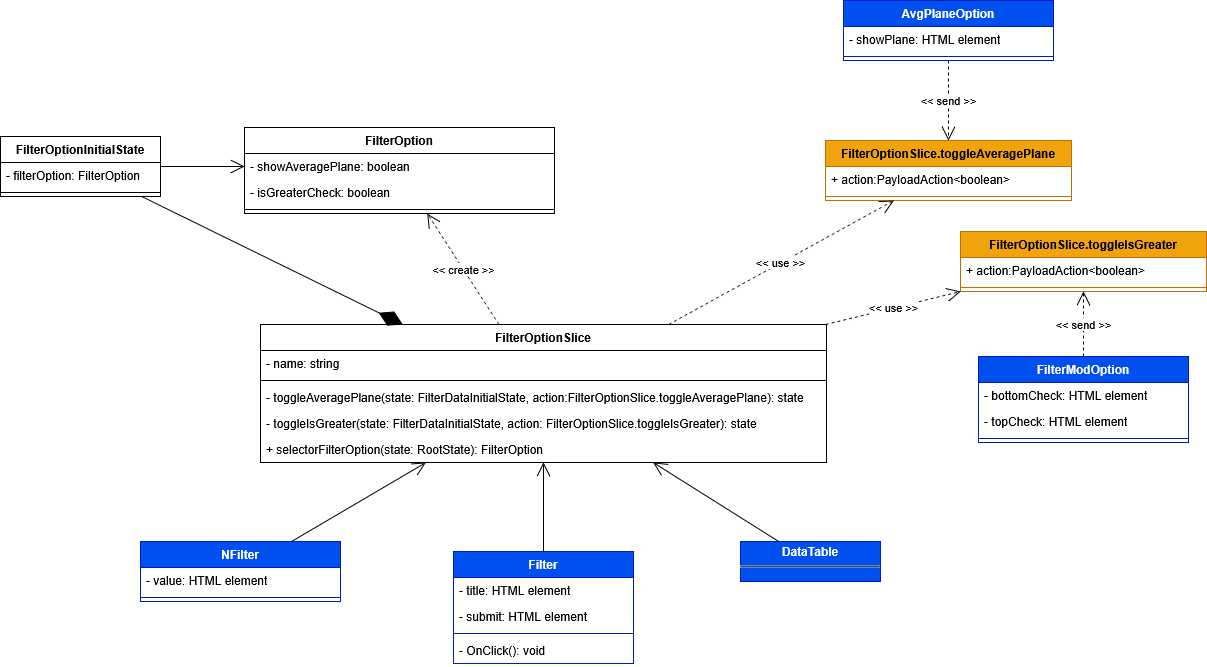
This is Docs/PB/Generali Esterni/specifica_tecnica/template/images/uml_front/logic/filteroptionslice.png from 6BitBusters/6BitBusters.github.io, a draw.io export, as it was before one commit. Source tidied: cells renumbered, new cells last; positions are measured from the earlier drawing's top-left corner, leaving out a move shared by most shapes.
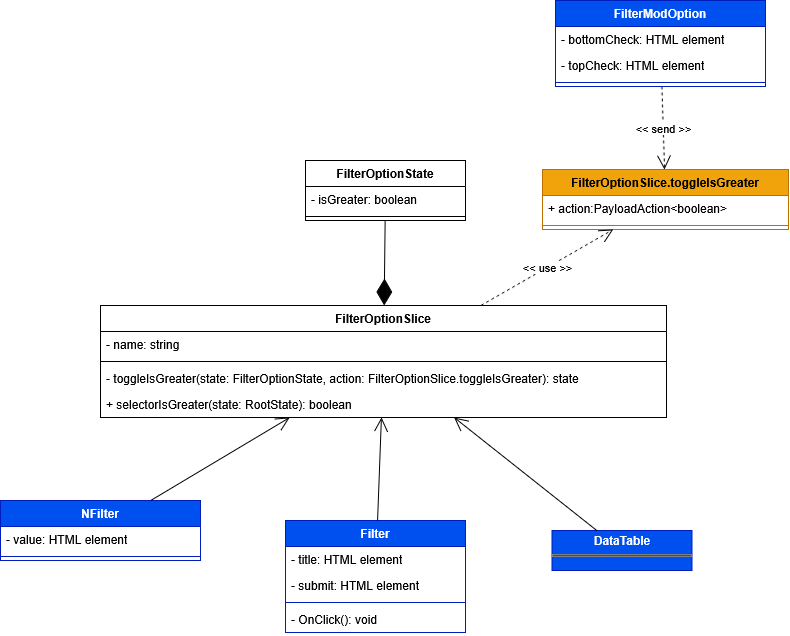
The same diagram one commit later.

The edit, as a diff of the source:
```diff
@@ -2,140 +2,95 @@
   <root>
     <mxCell id="0" />
     <mxCell id="1" parent="0" />
-    <mxCell id="2" value="FilterOption" style="swimlane;fontStyle=1;align=center;verticalAlign=top;horizontal=1;startSize=26;whiteSpace=wrap;html=1;" parent="1" vertex="1">
-      <mxGeometry x="244" y="127" width="310" height="86" as="geometry" />
+    <mxCell id="2" value="&lt;p style=&quot;margin:0px;margin-top:4px;text-align:center;&quot;&gt;&lt;b&gt;DataTable&lt;/b&gt;&lt;/p&gt;&lt;hr size=&quot;1&quot; style=&quot;border-style:solid;&quot;&gt;&lt;div style=&quot;height:2px;&quot;&gt;&lt;/div&gt;" style="verticalAlign=top;align=left;overflow=fill;html=1;whiteSpace=wrap;fillColor=#0050ef;fontColor=#ffffff;strokeColor=#001DBC;" parent="1" vertex="1">
+      <mxGeometry x="244" y="127" width="140" height="40" as="geometry" />
     </mxCell>
-    <mxCell id="3" value="- showAveragePlane: boolean" style="text;strokeColor=none;fillColor=none;align=left;verticalAlign=top;spacingLeft=4;spacingRight=4;overflow=hidden;points=[[0,0.5],[1,0.5]];portConstraint=eastwest;whiteSpace=wrap;html=1;" parent="2" vertex="1">
-      <mxGeometry y="26" width="310" height="26" as="geometry" />
+    <mxCell id="3" style="endArrow=open;endFill=1;endSize=12;html=1;rounded=0;" parent="1" edge="1" source="2" target="14">
+      <mxGeometry relative="1" as="geometry" />
     </mxCell>
-    <mxCell id="4" value="- isGreaterCheck: boolean" style="text;strokeColor=none;fillColor=none;align=left;verticalAlign=top;spacingLeft=4;spacingRight=4;overflow=hidden;points=[[0,0.5],[1,0.5]];portConstraint=eastwest;whiteSpace=wrap;html=1;" parent="2" vertex="1">
-      <mxGeometry y="52" width="310" height="26" as="geometry" />
+    <mxCell id="4" value="Filter" style="swimlane;fontStyle=1;align=center;verticalAlign=top;horizontal=1;startSize=26;whiteSpace=wrap;html=1;fillColor=#0050ef;fontColor=#ffffff;strokeColor=#001DBC;" parent="1" vertex="1">
+      <mxGeometry x="-22.5" y="117" width="180" height="112" as="geometry" />
     </mxCell>
-    <mxCell id="5" style="line;strokeWidth=1;fillColor=none;align=left;verticalAlign=middle;spacingTop=-1;spacingLeft=3;spacingRight=3;labelPosition=right;strokeColor=inherit;" parent="2" vertex="1">
-      <mxGeometry y="78" width="310" height="8" as="geometry" />
+    <mxCell id="5" value="- title: HTML element" style="text;strokeColor=none;fillColor=none;align=left;verticalAlign=top;spacingLeft=4;spacingRight=4;overflow=hidden;whiteSpace=wrap;html=1;" parent="4" vertex="1">
+      <mxGeometry y="26" width="180" height="26" as="geometry" />
     </mxCell>
-    <mxCell id="6" value="FilterOptionSlice" style="swimlane;fontStyle=1;align=center;verticalAlign=top;horizontal=1;startSize=26;whiteSpace=wrap;html=1;" parent="1" vertex="1">
-      <mxGeometry x="260" y="324" width="566" height="138" as="geometry" />
+    <mxCell id="6" value="- submit: HTML element" style="text;strokeColor=none;fillColor=none;align=left;verticalAlign=top;spacingLeft=4;spacingRight=4;overflow=hidden;points=[[0,0.5],[1,0.5]];portConstraint=eastwest;whiteSpace=wrap;html=1;" parent="4" vertex="1">
+      <mxGeometry y="52" width="180" height="26" as="geometry" />
     </mxCell>
-    <mxCell id="7" value="- name: string" style="text;strokeColor=none;fillColor=none;align=left;verticalAlign=top;spacingLeft=4;spacingRight=4;overflow=hidden;whiteSpace=wrap;html=1;" parent="6" vertex="1">
-      <mxGeometry y="26" width="566" height="26" as="geometry" />
+    <mxCell id="7" style="line;strokeWidth=1;fillColor=none;align=left;verticalAlign=middle;spacingTop=-1;spacingLeft=3;spacingRight=3;labelPosition=right;strokeColor=inherit;" parent="4" vertex="1">
+      <mxGeometry y="78" width="180" height="8" as="geometry" />
     </mxCell>
-    <mxCell id="8" style="line;strokeWidth=1;fillColor=none;align=left;verticalAlign=middle;spacingTop=-1;spacingLeft=3;spacingRight=3;labelPosition=right;strokeColor=inherit;" parent="6" vertex="1">
-      <mxGeometry y="52" width="566" height="8" as="geometry" />
+    <mxCell id="8" value="- OnClick(): void" style="text;strokeColor=none;fillColor=none;align=left;verticalAlign=top;spacingLeft=4;spacingRight=4;overflow=hidden;whiteSpace=wrap;html=1;" parent="4" vertex="1">
+      <mxGeometry y="86" width="180" height="26" as="geometry" />
     </mxCell>
-    <mxCell id="9" value="- toggleAveragePlane(state:&amp;nbsp;FilterDataInitialState, action:FilterOptionSlice.toggleAveragePlane): state" style="text;strokeColor=none;fillColor=none;align=left;verticalAlign=top;spacingLeft=4;spacingRight=4;overflow=hidden;points=[[0,0.5],[1,0.5]];portConstraint=eastwest;whiteSpace=wrap;html=1;" parent="6" vertex="1">
-      <mxGeometry y="60" width="566" height="26" as="geometry" />
+    <mxCell id="9" value="NFilter" style="swimlane;fontStyle=1;align=center;verticalAlign=top;horizontal=1;startSize=26;whiteSpace=wrap;html=1;fillColor=#0050ef;fontColor=#ffffff;strokeColor=#001DBC;" parent="1" vertex="1">
+      <mxGeometry x="-307.5" y="97" width="200" height="60" as="geometry" />
     </mxCell>
-    <mxCell id="10" value="- toggleIsGreater(state:&amp;nbsp;FilterDataInitialState, action: FilterOptionSlice.toggleIsGreater): state" style="text;strokeColor=none;fillColor=none;align=left;verticalAlign=top;spacingLeft=4;spacingRight=4;overflow=hidden;whiteSpace=wrap;html=1;" parent="6" vertex="1">
-      <mxGeometry y="86" width="566" height="26" as="geometry" />
+    <mxCell id="10" value="- value: HTML element" style="text;strokeColor=none;fillColor=none;align=left;verticalAlign=top;spacingLeft=4;spacingRight=4;overflow=hidden;whiteSpace=wrap;html=1;" parent="9" vertex="1">
+      <mxGeometry y="26" width="200" height="26" as="geometry" />
     </mxCell>
-    <mxCell id="11" value="+ selectorFilterOption(state: RootState): FilterOption" style="text;strokeColor=none;fillColor=none;align=left;verticalAlign=top;spacingLeft=4;spacingRight=4;overflow=hidden;whiteSpace=wrap;html=1;" parent="6" vertex="1">
-      <mxGeometry y="112" width="566" height="26" as="geometry" />
+    <mxCell id="11" style="line;strokeWidth=1;fillColor=none;align=left;verticalAlign=middle;spacingTop=-1;spacingLeft=3;spacingRight=3;labelPosition=right;strokeColor=inherit;" parent="9" vertex="1">
+      <mxGeometry y="52" width="200" height="8" as="geometry" />
     </mxCell>
-    <mxCell id="12" value="FilterOptionInitialState" style="swimlane;fontStyle=1;align=center;verticalAlign=top;horizontal=1;startSize=26;whiteSpace=wrap;html=1;" parent="1" vertex="1">
-      <mxGeometry y="136" width="160" height="60" as="geometry" />
+    <mxCell id="12" style="endArrow=open;endFill=1;endSize=12;html=1;rounded=0;" parent="1" edge="1" source="4" target="14">
+      <mxGeometry relative="1" as="geometry" />
     </mxCell>
-    <mxCell id="13" value="&lt;div&gt;- filterOption: FilterOption&lt;/div&gt;" style="text;strokeColor=none;fillColor=none;align=left;verticalAlign=top;spacingLeft=4;spacingRight=4;overflow=hidden;whiteSpace=wrap;html=1;" parent="12" vertex="1">
-      <mxGeometry y="26" width="160" height="26" as="geometry" />
+    <mxCell id="13" style="endArrow=open;endFill=1;endSize=12;html=1;rounded=0;" parent="1" edge="1" source="9" target="14">
+      <mxGeometry relative="1" as="geometry" />
     </mxCell>
-    <mxCell id="14" style="line;strokeWidth=1;fillColor=none;align=left;verticalAlign=middle;spacingTop=-1;spacingLeft=3;spacingRight=3;labelPosition=right;points=[];portConstraint=eastwest;strokeColor=inherit;" parent="12" vertex="1">
-      <mxGeometry y="52" width="160" height="8" as="geometry" />
+    <mxCell id="14" value="FilterOptionSlice" style="swimlane;fontStyle=1;align=center;verticalAlign=top;horizontal=1;startSize=26;whiteSpace=wrap;html=1;" parent="1" vertex="1">
+      <mxGeometry x="-207.5" y="-98" width="566" height="112" as="geometry" />
     </mxCell>
-    <mxCell id="15" style="endArrow=open;endFill=1;endSize=12;html=1;rounded=0;" parent="1" edge="1" source="12" target="3">
-      <mxGeometry relative="1" as="geometry" />
+    <mxCell id="15" value="- name: string" style="text;strokeColor=none;fillColor=none;align=left;verticalAlign=top;spacingLeft=4;spacingRight=4;overflow=hidden;whiteSpace=wrap;html=1;" parent="14" vertex="1">
+      <mxGeometry y="26" width="566" height="26" as="geometry" />
     </mxCell>
-    <mxCell id="16" style="endArrow=diamondThin;endFill=1;endSize=24;html=1;rounded=0;" parent="1" edge="1" source="12" target="6">
-      <mxGeometry relative="1" as="geometry" />
+    <mxCell id="16" style="line;strokeWidth=1;fillColor=none;align=left;verticalAlign=middle;spacingTop=-1;spacingLeft=3;spacingRight=3;labelPosition=right;strokeColor=inherit;" parent="14" vertex="1">
+      <mxGeometry y="52" width="566" height="8" as="geometry" />
     </mxCell>
-    <mxCell id="17" value="&amp;lt;&amp;lt; create &amp;gt;&amp;gt;" style="endArrow=open;endSize=12;dashed=1;html=1;rounded=0;" parent="1" edge="1" source="6" target="2">
-      <mxGeometry relative="1" as="geometry" />
+    <mxCell id="17" value="- toggleIsGreater(state:&amp;nbsp;FilterOptionState, action: FilterOptionSlice.toggleIsGreater): state" style="text;strokeColor=none;fillColor=none;align=left;verticalAlign=top;spacingLeft=4;spacingRight=4;overflow=hidden;whiteSpace=wrap;html=1;" parent="14" vertex="1">
+      <mxGeometry y="60" width="566" height="26" as="geometry" />
     </mxCell>
-    <mxCell id="18" value="FilterOptionSlice.toggleAveragePlane" style="swimlane;fontStyle=1;align=center;verticalAlign=top;horizontal=1;startSize=26;whiteSpace=wrap;html=1;fillColor=#f0a30a;fontColor=#000000;strokeColor=#BD7000;" parent="1" vertex="1">
-      <mxGeometry x="825" y="140" width="246" height="60" as="geometry" />
+    <mxCell id="18" value="+ selectorIsGreater(state: RootState): boolean" style="text;strokeColor=none;fillColor=none;align=left;verticalAlign=top;spacingLeft=4;spacingRight=4;overflow=hidden;points=[[0,0.5],[1,0.5]];portConstraint=eastwest;whiteSpace=wrap;html=1;" parent="14" vertex="1">
+      <mxGeometry y="86" width="566" height="26" as="geometry" />
     </mxCell>
-    <mxCell id="19" value="+ action:PayloadAction&amp;lt;boolean&amp;gt;" style="text;strokeColor=none;fillColor=none;align=left;verticalAlign=top;spacingLeft=4;spacingRight=4;overflow=hidden;points=[[0,0.5],[1,0.5]];portConstraint=eastwest;whiteSpace=wrap;html=1;" parent="18" vertex="1">
-      <mxGeometry y="26" width="246" height="26" as="geometry" />
+    <mxCell id="19" value="FilterOptionState" style="swimlane;fontStyle=1;align=center;verticalAlign=top;horizontal=1;startSize=26;whiteSpace=wrap;html=1;" parent="1" vertex="1">
+      <mxGeometry x="-2.5" y="-243" width="160" height="60" as="geometry" />
     </mxCell>
-    <mxCell id="20" style="line;strokeWidth=1;fillColor=none;align=left;verticalAlign=middle;spacingTop=-1;spacingLeft=3;spacingRight=3;labelPosition=right;strokeColor=inherit;" parent="18" vertex="1">
-      <mxGeometry y="52" width="246" height="8" as="geometry" />
+    <mxCell id="20" value="&lt;div&gt;- isGreater: boolean&lt;/div&gt;" style="text;strokeColor=none;fillColor=none;align=left;verticalAlign=top;spacingLeft=4;spacingRight=4;overflow=hidden;whiteSpace=wrap;html=1;" parent="19" vertex="1">
+      <mxGeometry y="26" width="160" height="26" as="geometry" />
     </mxCell>
-    <mxCell id="21" value="FilterOptionSlice.toggleIsGreater" style="swimlane;fontStyle=1;align=center;verticalAlign=top;horizontal=1;startSize=26;whiteSpace=wrap;html=1;fillColor=#f0a30a;fontColor=#000000;strokeColor=#BD7000;" parent="1" vertex="1">
-      <mxGeometry x="960" y="231" width="246" height="60" as="geometry" />
+    <mxCell id="21" style="line;strokeWidth=1;fillColor=none;align=left;verticalAlign=middle;spacingTop=-1;spacingLeft=3;spacingRight=3;labelPosition=right;points=[];portConstraint=eastwest;strokeColor=inherit;" parent="19" vertex="1">
+      <mxGeometry y="52" width="160" height="8" as="geometry" />
     </mxCell>
-    <mxCell id="22" value="+ action:PayloadAction&amp;lt;boolean&amp;gt;" style="text;strokeColor=none;fillColor=none;align=left;verticalAlign=top;spacingLeft=4;spacingRight=4;overflow=hidden;whiteSpace=wrap;html=1;" parent="21" vertex="1">
-      <mxGeometry y="26" width="246" height="26" as="geometry" />
+    <mxCell id="22" style="endArrow=diamondThin;endFill=1;endSize=24;html=1;rounded=0;" parent="1" edge="1" source="19" target="14">
+      <mxGeometry relative="1" as="geometry" />
     </mxCell>
-    <mxCell id="23" style="line;strokeWidth=1;fillColor=none;align=left;verticalAlign=middle;spacingTop=-1;spacingLeft=3;spacingRight=3;labelPosition=right;points=[];portConstraint=eastwest;strokeColor=inherit;" parent="21" vertex="1">
-      <mxGeometry y="52" width="246" height="8" as="geometry" />
+    <mxCell id="23" value="FilterOptionSlice.toggleIsGreater" style="swimlane;fontStyle=1;align=center;verticalAlign=top;horizontal=1;startSize=26;whiteSpace=wrap;html=1;fillColor=#f0a30a;fontColor=#000000;strokeColor=#BD7000;" parent="1" vertex="1">
+      <mxGeometry x="234.5" y="-234" width="246" height="60" as="geometry" />
     </mxCell>
-    <mxCell id="24" value="&amp;lt;&amp;lt; use &amp;gt;&amp;gt;" style="endArrow=open;endSize=12;dashed=1;html=1;rounded=0;" parent="1" edge="1" source="6" target="18">
-      <mxGeometry relative="1" as="geometry" />
+    <mxCell id="24" value="+ action:PayloadAction&amp;lt;boolean&amp;gt;" style="text;strokeColor=none;fillColor=none;align=left;verticalAlign=top;spacingLeft=4;spacingRight=4;overflow=hidden;whiteSpace=wrap;html=1;" parent="23" vertex="1">
+      <mxGeometry y="26" width="246" height="26" as="geometry" />
     </mxCell>
-    <mxCell id="25" value="&amp;lt;&amp;lt; use &amp;gt;&amp;gt;" style="endArrow=open;endSize=12;dashed=1;html=1;rounded=0;" parent="1" edge="1" source="6" target="21">
-      <mxGeometry relative="1" as="geometry" />
+    <mxCell id="25" style="line;strokeWidth=1;fillColor=none;align=left;verticalAlign=middle;spacingTop=-1;spacingLeft=3;spacingRight=3;labelPosition=right;strokeColor=inherit;" parent="23" vertex="1">
+      <mxGeometry y="52" width="246" height="8" as="geometry" />
     </mxCell>
-    <mxCell id="26" value="&amp;lt;&amp;lt; send &amp;gt;&amp;gt;" style="endArrow=open;endSize=12;dashed=1;html=1;rounded=0;" parent="1" edge="1" source="27" target="21">
+    <mxCell id="26" value="&amp;lt;&amp;lt; use &amp;gt;&amp;gt;" style="endArrow=open;endSize=12;dashed=1;html=1;rounded=0;" parent="1" edge="1" source="14" target="23">
       <mxGeometry relative="1" as="geometry" />
     </mxCell>
-    <mxCell id="27" value="FilterModOption" style="swimlane;fontStyle=1;align=center;verticalAlign=top;horizontal=1;startSize=26;whiteSpace=wrap;html=1;fillColor=#0050ef;fontColor=#ffffff;strokeColor=#001DBC;" parent="1" vertex="1">
-      <mxGeometry x="978" y="356" width="210" height="86" as="geometry" />
+    <mxCell id="27" value="&amp;lt;&amp;lt; send &amp;gt;&amp;gt;" style="endArrow=open;endSize=12;dashed=1;html=1;rounded=0;" parent="1" edge="1" source="28" target="23">
+      <mxGeometry relative="1" as="geometry" />
     </mxCell>
-    <mxCell id="28" value="- bottomCheck: HTML element" style="text;strokeColor=none;fillColor=none;align=left;verticalAlign=top;spacingLeft=4;spacingRight=4;overflow=hidden;points=[[0,0.5],[1,0.5]];portConstraint=eastwest;whiteSpace=wrap;html=1;" parent="27" vertex="1">
-      <mxGeometry y="26" width="210" height="26" as="geometry" />
+    <mxCell id="28" value="FilterModOption" style="swimlane;fontStyle=1;align=center;verticalAlign=top;horizontal=1;startSize=26;whiteSpace=wrap;html=1;fillColor=#0050ef;fontColor=#ffffff;strokeColor=#001DBC;" parent="1" vertex="1">
+      <mxGeometry x="247.5" y="-403" width="210" height="86" as="geometry" />
     </mxCell>
-    <mxCell id="29" value="- topCheck: HTML element" style="text;strokeColor=none;fillColor=none;align=left;verticalAlign=top;spacingLeft=4;spacingRight=4;overflow=hidden;whiteSpace=wrap;html=1;" parent="27" vertex="1">
-      <mxGeometry y="52" width="210" height="26" as="geometry" />
+    <mxCell id="29" value="- bottomCheck: HTML element" style="text;strokeColor=none;fillColor=none;align=left;verticalAlign=top;spacingLeft=4;spacingRight=4;overflow=hidden;whiteSpace=wrap;html=1;" parent="28" vertex="1">
+      <mxGeometry y="26" width="210" height="26" as="geometry" />
     </mxCell>
-    <mxCell id="30" style="line;strokeWidth=1;fillColor=none;align=left;verticalAlign=middle;spacingTop=-1;spacingLeft=3;spacingRight=3;labelPosition=right;strokeColor=inherit;" parent="27" vertex="1">
-      <mxGeometry y="78" width="210" height="8" as="geometry" />
+    <mxCell id="30" value="- topCheck: HTML element" style="text;strokeColor=none;fillColor=none;align=left;verticalAlign=top;spacingLeft=4;spacingRight=4;overflow=hidden;whiteSpace=wrap;html=1;" parent="28" vertex="1">
+      <mxGeometry y="52" width="210" height="26" as="geometry" />
     </mxCell>
-    <mxCell id="31" value="AvgPlaneOption" style="swimlane;fontStyle=1;align=center;verticalAlign=top;horizontal=1;startSize=26;whiteSpace=wrap;html=1;fillColor=#0050ef;fontColor=#ffffff;strokeColor=#001DBC;" parent="1" vertex="1">
-      <mxGeometry x="843" width="210" height="60" as="geometry" />
+    <mxCell id="31" style="line;strokeWidth=1;fillColor=none;align=left;verticalAlign=middle;spacingTop=-1;spacingLeft=3;spacingRight=3;labelPosition=right;points=[];portConstraint=eastwest;strokeColor=inherit;" parent="28" vertex="1">
+      <mxGeometry y="78" width="210" height="8" as="geometry" />
     </mxCell>
-    <mxCell id="32" value="- showPlane: HTML element" style="text;strokeColor=none;fillColor=none;align=left;verticalAlign=top;spacingLeft=4;spacingRight=4;overflow=hidden;whiteSpace=wrap;html=1;" parent="31" vertex="1">
-      <mxGeometry y="26" width="210" height="26" as="geometry" />
-    </mxCell>
-    <mxCell id="33" style="line;strokeWidth=1;fillColor=none;align=left;verticalAlign=middle;spacingTop=-1;spacingLeft=3;spacingRight=3;labelPosition=right;strokeColor=inherit;" parent="31" vertex="1">
-      <mxGeometry y="52" width="210" height="8" as="geometry" />
-    </mxCell>
-    <mxCell id="34" value="&amp;lt;&amp;lt; send &amp;gt;&amp;gt;" style="endArrow=open;endSize=12;dashed=1;html=1;rounded=0;" parent="1" edge="1" source="31" target="18">
-      <mxGeometry relative="1" as="geometry" />
-    </mxCell>
-    <mxCell id="35" value="&lt;p style=&quot;margin:0px;margin-top:4px;text-align:center;&quot;&gt;&lt;b&gt;DataTable&lt;/b&gt;&lt;/p&gt;&lt;hr size=&quot;1&quot; style=&quot;border-style:solid;&quot;&gt;&lt;div style=&quot;height:2px;&quot;&gt;&lt;/div&gt;" style="verticalAlign=top;align=left;overflow=fill;html=1;whiteSpace=wrap;fillColor=#0050ef;fontColor=#ffffff;strokeColor=#001DBC;" parent="1" vertex="1">
-      <mxGeometry x="740" y="541" width="140" height="40" as="geometry" />
-    </mxCell>
-    <mxCell id="36" style="endArrow=open;endFill=1;endSize=12;html=1;rounded=0;" parent="1" edge="1" source="35" target="6">
-      <mxGeometry relative="1" as="geometry" />
-    </mxCell>
-    <mxCell id="37" value="Filter" style="swimlane;fontStyle=1;align=center;verticalAlign=top;horizontal=1;startSize=26;whiteSpace=wrap;html=1;fillColor=#0050ef;fontColor=#ffffff;strokeColor=#001DBC;" parent="1" vertex="1">
-      <mxGeometry x="453" y="551" width="180" height="112" as="geometry" />
-    </mxCell>
-    <mxCell id="38" value="- title: HTML element" style="text;strokeColor=none;fillColor=none;align=left;verticalAlign=top;spacingLeft=4;spacingRight=4;overflow=hidden;whiteSpace=wrap;html=1;" parent="37" vertex="1">
-      <mxGeometry y="26" width="180" height="26" as="geometry" />
-    </mxCell>
-    <mxCell id="39" value="- submit: HTML element" style="text;strokeColor=none;fillColor=none;align=left;verticalAlign=top;spacingLeft=4;spacingRight=4;overflow=hidden;whiteSpace=wrap;html=1;" parent="37" vertex="1">
-      <mxGeometry y="52" width="180" height="26" as="geometry" />
-    </mxCell>
-    <mxCell id="40" style="line;strokeWidth=1;fillColor=none;align=left;verticalAlign=middle;spacingTop=-1;spacingLeft=3;spacingRight=3;labelPosition=right;strokeColor=inherit;" parent="37" vertex="1">
-      <mxGeometry y="78" width="180" height="8" as="geometry" />
-    </mxCell>
-    <mxCell id="41" value="- OnClick(): void" style="text;strokeColor=none;fillColor=none;align=left;verticalAlign=top;spacingLeft=4;spacingRight=4;overflow=hidden;whiteSpace=wrap;html=1;" parent="37" vertex="1">
-      <mxGeometry y="86" width="180" height="26" as="geometry" />
-    </mxCell>
-    <mxCell id="42" value="NFilter" style="swimlane;fontStyle=1;align=center;verticalAlign=top;horizontal=1;startSize=26;whiteSpace=wrap;html=1;fillColor=#0050ef;fontColor=#ffffff;strokeColor=#001DBC;" parent="1" vertex="1">
-      <mxGeometry x="140" y="541" width="200" height="60" as="geometry" />
-    </mxCell>
-    <mxCell id="43" value="- value: HTML element" style="text;strokeColor=none;fillColor=none;align=left;verticalAlign=top;spacingLeft=4;spacingRight=4;overflow=hidden;whiteSpace=wrap;html=1;" parent="42" vertex="1">
-      <mxGeometry y="26" width="200" height="26" as="geometry" />
-    </mxCell>
-    <mxCell id="44" style="line;strokeWidth=1;fillColor=none;align=left;verticalAlign=middle;spacingTop=-1;spacingLeft=3;spacingRight=3;labelPosition=right;strokeColor=inherit;" parent="42" vertex="1">
-      <mxGeometry y="52" width="200" height="8" as="geometry" />
-    </mxCell>
-    <mxCell id="45" style="endArrow=open;endFill=1;endSize=12;html=1;rounded=0;" parent="1" edge="1" source="37" target="6">
-      <mxGeometry relative="1" as="geometry" />
-    </mxCell>
-    <mxCell id="46" style="endArrow=open;endFill=1;endSize=12;html=1;rounded=0;" parent="1" edge="1" source="42" target="6">
-      <mxGeometry relative="1" as="geometry" />
-    </mxCell>
   </root>
 </mxGraphModel>
```
